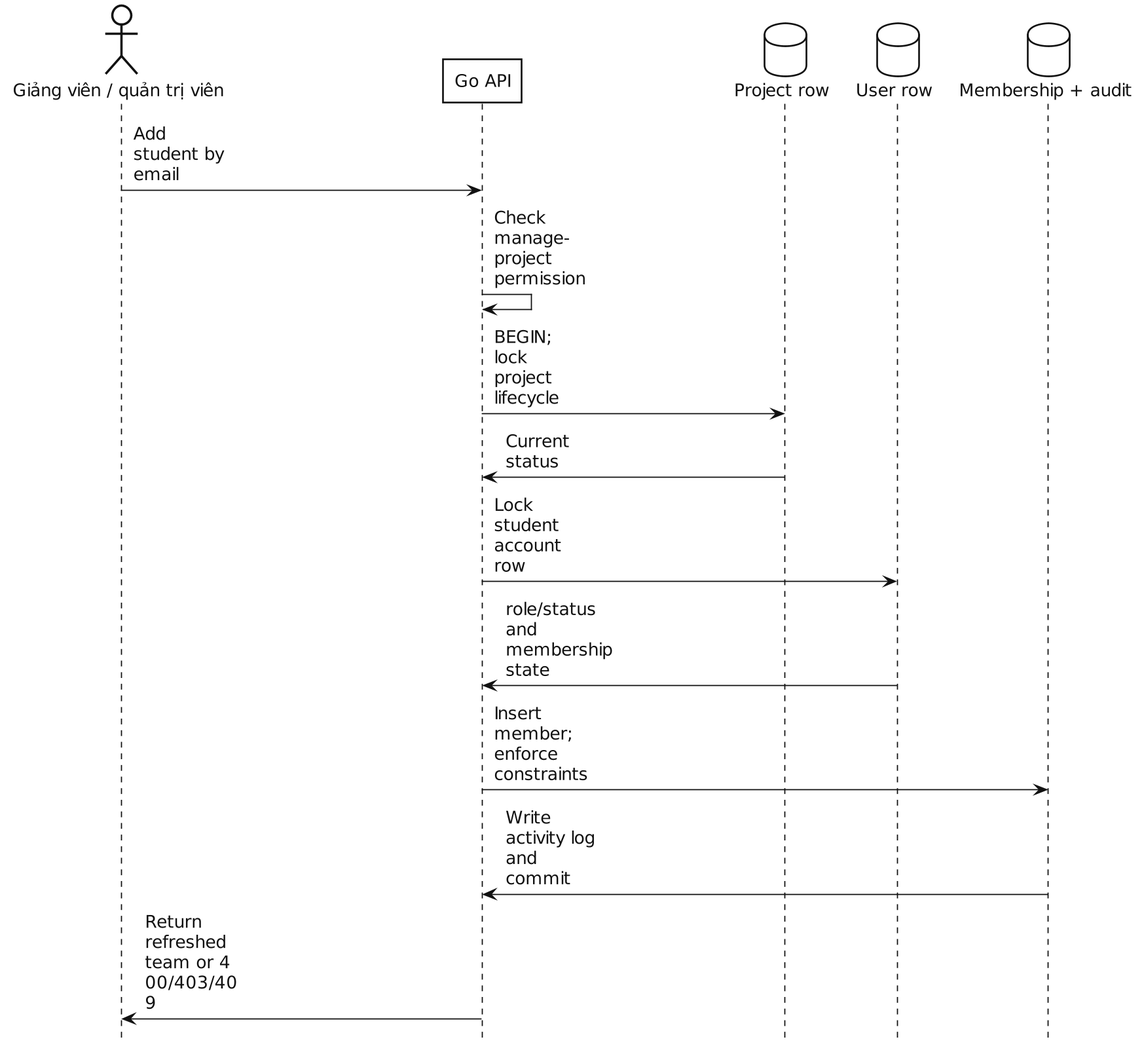
This is report/assets/diagrams/add-student-workflow.png from gachu2002/UniTrack, a PlantUML export, as it was before one commit.
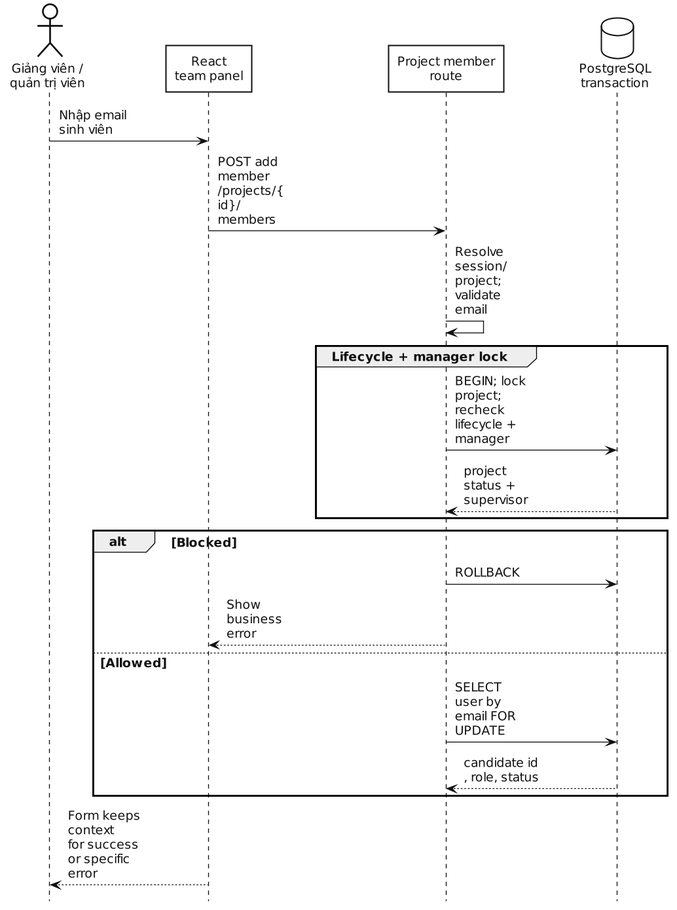
After the commit.

What changed in the source:
```diff
@@ -106,22 +106,35 @@
 skinparam backgroundColor white
 skinparam shadowing false
 skinparam defaultFontName "DejaVu Sans"
+skinparam defaultFontSize 14
+skinparam dpi 130
 skinparam sequenceArrowThickness 1
+skinparam ParticipantPadding 72
+skinparam BoxPadding 7
+skinparam maxMessageSize 86
 hide footbox
 
-actor "Giảng viên / quản trị viên" as Manager
-participant "Go API" as API
-database "Project row" as Project
-database "User row" as Account
-database "Membership + audit" as DB
+actor "Giảng viên /\nquản trị viên" as Manager
+participant "React\nteam panel" as Web
+participant "Project member\nroute" as Route
+database "PostgreSQL\ntransaction" as DB
 
-Manager -> API : Add student by email
-API -> API : Check manage-project permission
-API -> Project : BEGIN; lock project lifecycle
-Project -> API : Current status
-API -> Account : Lock student account row
-Account -> API : role/status and membership state
-API -> DB : Insert member; enforce constraints
-DB -> API : Write activity log and commit
-API -> Manager : Return refreshed team or 400/403/409
+Manager -> Web : Nhập email sinh viên
+Web -> Route : POST add member\n/projects/{id}/members
+Route -> Route : Resolve session/project;\nvalidate email
+
+group Lifecycle + manager lock
+  Route -> DB : BEGIN; lock project;\nrecheck lifecycle + manager
+  DB --> Route : project status + supervisor
+end
+
+alt Blocked
+  Route -> DB : ROLLBACK
+  Route --> Web : Show business error
+else Allowed
+  Route -> DB : SELECT user by email FOR UPDATE
+  DB --> Route : candidate id, role, status
+end
+
+Web --> Manager : Form keeps context\nfor success or specific error
 @enduml
```
